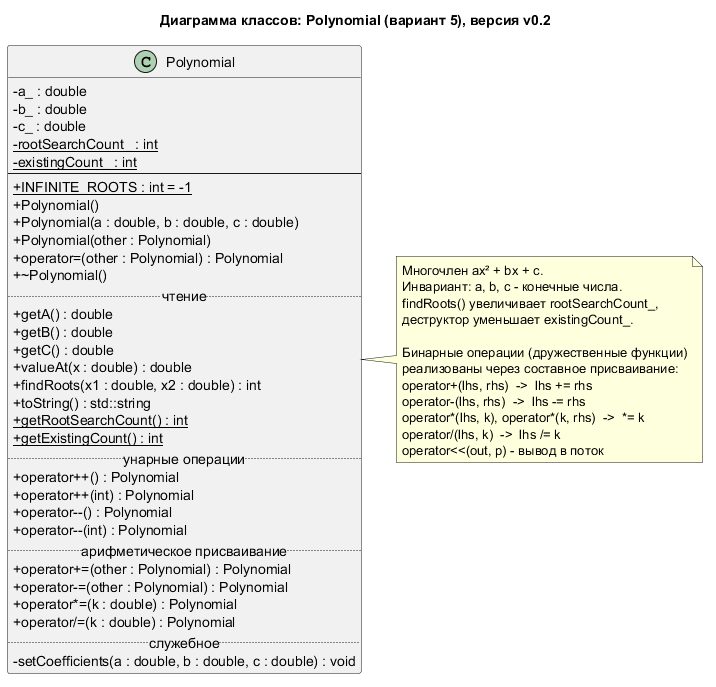
Before: uml/Polynomial.png, a diagram exported from PlantUML (Vareshka86/Lab3_OOP_try1).
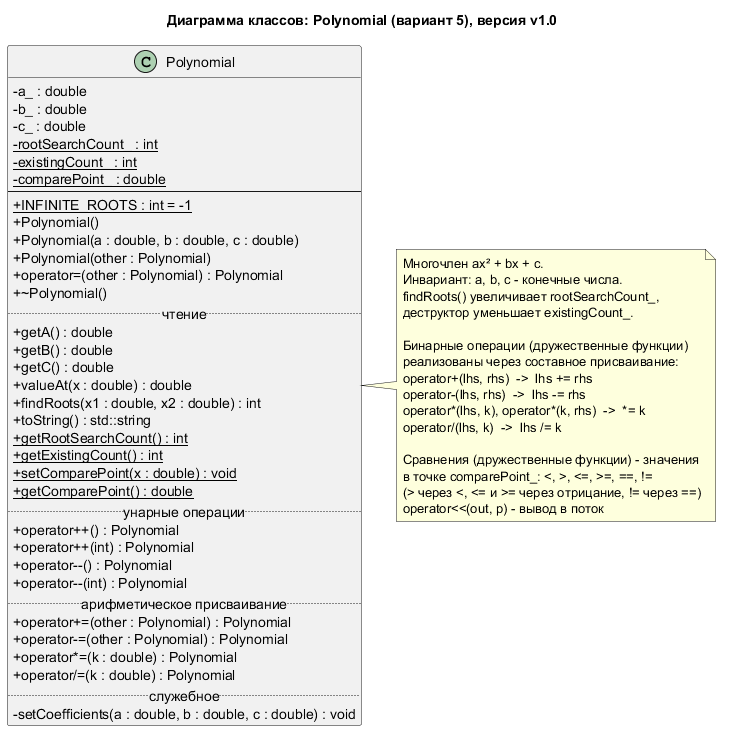
Above is the later version.

Commit message:
Документация: страница части 3 и итоговая диаграмма классов

What changed in the source:
```diff
@@ -1,5 +1,5 @@
 @startuml
-title Диаграмма классов: Polynomial (вариант 5), версия v0.2
+title Диаграмма классов: Polynomial (вариант 5), версия v1.0
 skinparam classAttributeIconSize 0
 hide empty members
 
@@ -9,6 +9,7 @@
   - c_ : double
   - {static} rootSearchCount_ : int
   - {static} existingCount_ : int
+  - {static} comparePoint_ : double
   --
   + {static} INFINITE_ROOTS : int = -1
   + Polynomial()
@@ -25,6 +26,8 @@
   + toString() : std::string
   + {static} getRootSearchCount() : int
   + {static} getExistingCount() : int
+  + {static} setComparePoint(x : double) : void
+  + {static} getComparePoint() : double
   .. унарные операции ..
   + operator++() : Polynomial
   + operator++(int) : Polynomial
@@ -51,6 +54,10 @@
   operator-(lhs, rhs)  ->  lhs -= rhs
   operator*(lhs, k), operator*(k, rhs)  ->  *= k
   operator/(lhs, k)  ->  lhs /= k
+
+  Сравнения (дружественные функции) - значения
+  в точке comparePoint_: <, >, <=, >=, ==, !=
+  (> через <, <= и >= через отрицание, != через ==)
   operator<<(out, p) - вывод в поток
 end note
 @enduml
```
